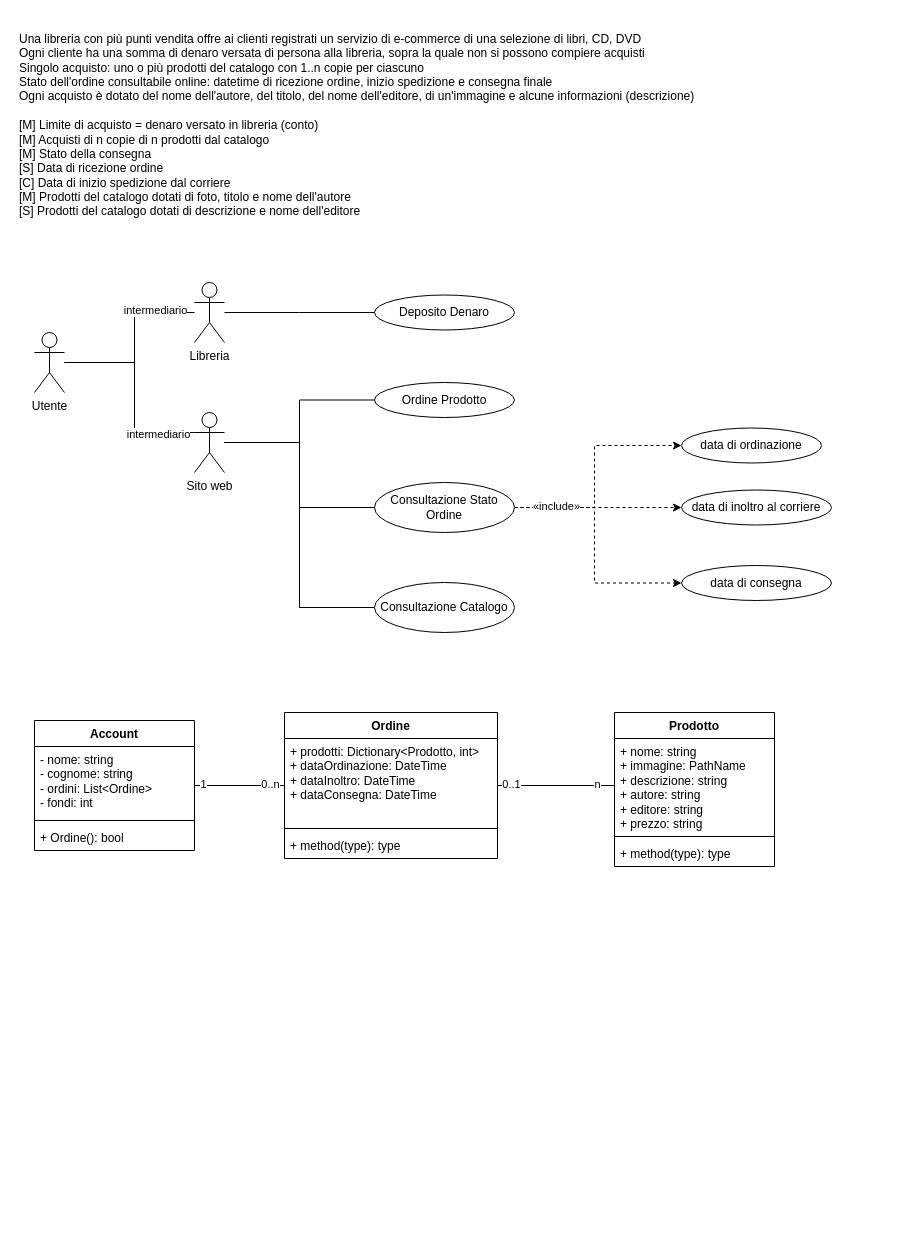
This is UML_ECommerce.drawio from gifede/UML_6_10_2026, a draw.io file, before an edit. Source tidied: cells renumbered, new cells numbered last; positions are measured from the earlier drawing's top-left corner, leaving out a move shared by most shapes. Both pictures are drawn from the tidied source at 100%, with x=0, y=0 at pixel (17, 92).
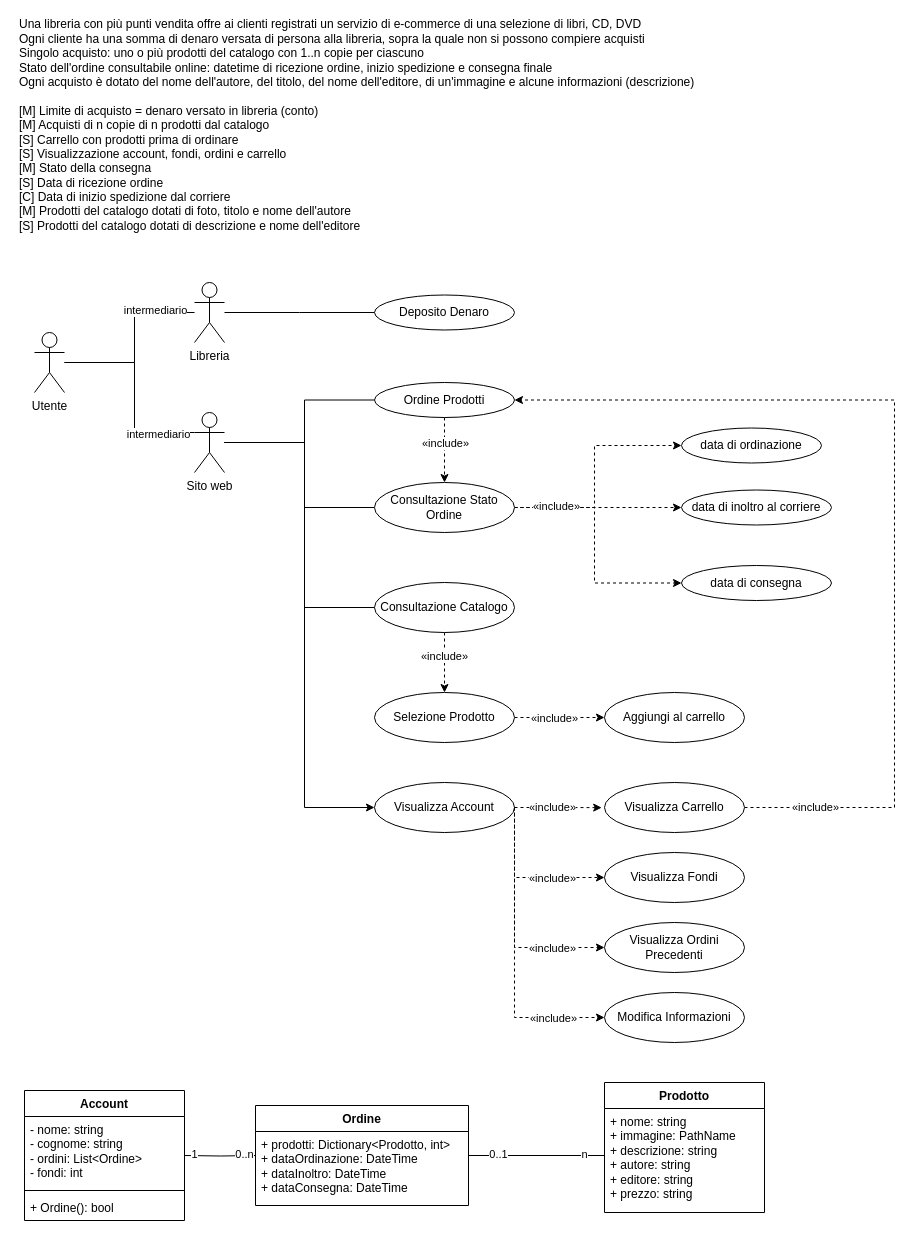
Above is the later version.

Unchanged cells that the change refers to:
```xml
<mxCell id="11" value="Sito web" style="shape=umlActor;verticalLabelPosition=bottom;verticalAlign=top;html=1;" parent="1" vertex="1">
  <mxGeometry x="177" y="320" width="30" height="60" as="geometry" />
</mxCell>
<mxCell id="20" value="Consultazione Stato Ordine" style="ellipse;whiteSpace=wrap;html=1;" parent="1" vertex="1">
  <mxGeometry x="357" y="390" width="140" height="50" as="geometry" />
</mxCell>
<mxCell id="21" value="Consultazione Catalogo" style="ellipse;whiteSpace=wrap;html=1;" parent="1" vertex="1">
  <mxGeometry x="357" y="490" width="140" height="50" as="geometry" />
</mxCell>
```

Change to the diagram source:
```diff
@@
-    <mxCell id="2" value="&lt;div align=&quot;left&quot;&gt;Una libreria con più punti vendita offre ai clienti registrati un servizio di e-commerce di una selezione di libri, CD, DVD&lt;/div&gt;&lt;div align=&quot;left&quot;&gt;Ogni cliente ha una somma di denaro versata di persona alla libreria, sopra la quale non si possono compiere acquisti&lt;/div&gt;&lt;div align=&quot;left&quot;&gt;Singolo acquisto: uno o più prodotti del catalogo con 1..n copie per ciascuno&lt;/div&gt;&lt;div align=&quot;left&quot;&gt;Stato dell'ordine consultabile online: datetime di ricezione ordine, inizio spedizione e consegna finale&lt;/div&gt;&lt;div align=&quot;left&quot;&gt;Ogni acquisto è dotato del nome dell'autore, del titolo, del nome dell'editore, di un'immagine e alcune informazioni (descrizione)&lt;/div&gt;&lt;div align=&quot;left&quot;&gt;&lt;br&gt;&lt;/div&gt;&lt;div align=&quot;left&quot;&gt;[M] Limite di acquisto = denaro versato in libreria (conto)&lt;/div&gt;&lt;div align=&quot;left&quot;&gt;[M] Acquisti di n copie di n prodotti dal catalogo&lt;/div&gt;&lt;div align=&quot;left&quot;&gt;[M] Stato della consegna&lt;/div&gt;&lt;div align=&quot;left&quot;&gt;[S] Data di ricezione ordine&lt;/div&gt;&lt;div align=&quot;left&quot;&gt;[C] Data di inizio spedizione dal corriere&lt;/div&gt;&lt;div align=&quot;left&quot;&gt;[M] Prodotti del catalogo dotati di foto, titolo e nome dell'autore&lt;/div&gt;&lt;div align=&quot;left&quot;&gt;[S]&amp;nbsp;Prodotti del catalogo dotati di descrizione e nome dell'editore&lt;/div&gt;&lt;div align=&quot;left&quot;&gt;&lt;br&gt;&lt;/div&gt;" style="text;html=1;whiteSpace=wrap;strokeColor=none;fillColor=none;align=left;verticalAlign=middle;rounded=0;" parent="1" vertex="1">
+    <mxCell id="2" value="&lt;div align=&quot;left&quot;&gt;Una libreria con più punti vendita offre ai clienti registrati un servizio di e-commerce di una selezione di libri, CD, DVD&lt;/div&gt;&lt;div align=&quot;left&quot;&gt;Ogni cliente ha una somma di denaro versata di persona alla libreria, sopra la quale non si possono compiere acquisti&lt;/div&gt;&lt;div align=&quot;left&quot;&gt;Singolo acquisto: uno o più prodotti del catalogo con 1..n copie per ciascuno&lt;/div&gt;&lt;div align=&quot;left&quot;&gt;Stato dell'ordine consultabile online: datetime di ricezione ordine, inizio spedizione e consegna finale&lt;/div&gt;&lt;div align=&quot;left&quot;&gt;Ogni acquisto è dotato del nome dell'autore, del titolo, del nome dell'editore, di un'immagine e alcune informazioni (descrizione)&lt;/div&gt;&lt;div align=&quot;left&quot;&gt;&lt;br&gt;&lt;/div&gt;&lt;div align=&quot;left&quot;&gt;[M] Limite di acquisto = denaro versato in libreria (conto)&lt;/div&gt;&lt;div align=&quot;left&quot;&gt;[M] Acquisti di n copie di n prodotti dal catalogo&lt;/div&gt;&lt;div align=&quot;left&quot;&gt;[S] Carrello con prodotti prima di ordinare&lt;/div&gt;&lt;div align=&quot;left&quot;&gt;[S] Visualizzazione account, fondi, ordini e carrello&lt;/div&gt;&lt;div align=&quot;left&quot;&gt;[M] Stato della consegna&lt;/div&gt;&lt;div align=&quot;left&quot;&gt;[S] Data di ricezione ordine&lt;/div&gt;&lt;div align=&quot;left&quot;&gt;[C] Data di inizio spedizione dal corriere&lt;/div&gt;&lt;div align=&quot;left&quot;&gt;[M] Prodotti del catalogo dotati di foto, titolo e nome dell'autore&lt;/div&gt;&lt;div align=&quot;left&quot;&gt;[S]&amp;nbsp;Prodotti del catalogo dotati di descrizione e nome dell'editore&lt;/div&gt;&lt;div align=&quot;left&quot;&gt;&lt;br&gt;&lt;/div&gt;" style="text;html=1;whiteSpace=wrap;strokeColor=none;fillColor=none;align=left;verticalAlign=middle;rounded=0;" parent="1" vertex="1">
       <mxGeometry width="710" height="80" as="geometry" />
     </mxCell>
@@
     <mxCell id="8" style="edgeStyle=orthogonalEdgeStyle;rounded=0;jettySize=auto;html=1;entryX=0;entryY=0.5;entryDx=0;entryDy=0;endArrow=none;endFill=0;" parent="1" edge="1" source="11" target="15">
-      <mxGeometry relative="1" as="geometry" />
+      <mxGeometry relative="1" as="geometry">
+        <Array as="points">
+          <mxPoint x="287" y="350" />
+          <mxPoint x="287" y="307.5" />
+        </Array>
+      </mxGeometry>
     </mxCell>
     <mxCell id="9" style="edgeStyle=orthogonalEdgeStyle;rounded=0;jettySize=auto;html=1;entryX=0;entryY=0.5;entryDx=0;entryDy=0;endArrow=none;endFill=0;" parent="1" edge="1" source="11" target="20">
-      <mxGeometry relative="1" as="geometry" />
+      <mxGeometry relative="1" as="geometry">
+        <Array as="points">
+          <mxPoint x="287" y="350" />
+          <mxPoint x="287" y="415" />
+        </Array>
+      </mxGeometry>
     </mxCell>
     <mxCell id="10" style="edgeStyle=orthogonalEdgeStyle;rounded=0;jettySize=auto;html=1;entryX=0;entryY=0.5;entryDx=0;entryDy=0;endArrow=none;endFill=0;" parent="1" edge="1" source="11" target="21">
-      <mxGeometry relative="1" as="geometry" />
+      <mxGeometry relative="1" as="geometry">
+        <Array as="points">
+          <mxPoint x="287" y="350" />
+          <mxPoint x="287" y="515" />
+        </Array>
+      </mxGeometry>
     </mxCell>
+    <mxCell id="43" style="edgeStyle=orthogonalEdgeStyle;rounded=0;jettySize=auto;html=1;entryX=0;entryY=0.5;entryDx=0;entryDy=0;" parent="1" edge="1" source="11" target="54">
+      <mxGeometry relative="1" as="geometry">
+        <Array as="points">
+          <mxPoint x="287" y="350" />
+          <mxPoint x="287" y="715" />
+        </Array>
+      </mxGeometry>
+    </mxCell>
@@
+    <mxCell id="44" style="edgeStyle=orthogonalEdgeStyle;rounded=0;jettySize=auto;html=1;exitX=0.5;exitY=1;exitDx=0;exitDy=0;entryX=0.5;entryY=0;entryDx=0;entryDy=0;dashed=1;" parent="1" edge="1" source="15" target="20">
+      <mxGeometry relative="1" as="geometry" />
+    </mxCell>
+    <mxCell id="45" value="«include»" style="edgeLabel;html=1;align=center;verticalAlign=middle;" parent="44" vertex="1">
+      <mxGeometry x="-0.63" y="-1" relative="1" as="geometry">
+        <mxPoint x="1" y="13" as="offset" />
+      </mxGeometry>
+    </mxCell>
-    <mxCell id="15" value="Ordine Prodotto" style="ellipse;whiteSpace=wrap;html=1;" parent="1" vertex="1">
+    <mxCell id="15" value="Ordine Prodotti" style="ellipse;whiteSpace=wrap;html=1;" parent="1" vertex="1">
       <mxGeometry x="357" y="290" width="140" height="35" as="geometry" />
     </mxCell>
@@
+    <mxCell id="46" style="edgeStyle=orthogonalEdgeStyle;rounded=0;jettySize=auto;html=1;exitX=0.5;exitY=1;exitDx=0;exitDy=0;entryX=0.5;entryY=0;entryDx=0;entryDy=0;dashed=1;" parent="1" edge="1" source="21" target="50">
+      <mxGeometry relative="1" as="geometry" />
+    </mxCell>
+    <mxCell id="47" value="«include»" style="edgeLabel;html=1;align=center;verticalAlign=middle;" parent="46" vertex="1">
+      <mxGeometry x="-0.24" y="-1" relative="1" as="geometry" />
+    </mxCell>
@@
     <mxCell id="22" value="Prodotto" style="swimlane;fontStyle=1;align=center;verticalAlign=top;horizontal=1;startSize=26;whiteSpace=wrap;html=1;" parent="1" vertex="1">
-      <mxGeometry x="597" y="620" width="160" height="154" as="geometry" />
+      <mxGeometry x="587" y="990" width="160" height="130" as="geometry" />
     </mxCell>
     <mxCell id="23" value="&lt;div&gt;+ nome: string&lt;/div&gt;&lt;div&gt;+ immagine: PathName&lt;/div&gt;&lt;div&gt;+ descrizione: string&lt;/div&gt;&lt;div&gt;+ autore: string&lt;/div&gt;&lt;div&gt;+ editore: string&lt;/div&gt;&lt;div&gt;+ prezzo: string&lt;/div&gt;" style="text;strokeColor=none;fillColor=none;align=left;verticalAlign=top;spacingLeft=4;spacingRight=4;overflow=hidden;points=[[0,0.5],[1,0.5]];portConstraint=eastwest;whiteSpace=wrap;html=1;" parent="22" vertex="1">
-      <mxGeometry y="26" width="160" height="94" as="geometry" />
+      <mxGeometry y="26" width="160" height="104" as="geometry" />
     </mxCell>
-    <mxCell id="24" style="line;strokeWidth=1;fillColor=none;align=left;verticalAlign=middle;spacingTop=-1;spacingLeft=3;spacingRight=3;labelPosition=right;strokeColor=inherit;" parent="22" vertex="1">
-      <mxGeometry y="120" width="160" height="8" as="geometry" />
-    </mxCell>
-    <mxCell id="25" value="+ method(type): type" style="text;strokeColor=none;fillColor=none;align=left;verticalAlign=top;spacingLeft=4;spacingRight=4;overflow=hidden;whiteSpace=wrap;html=1;" parent="22" vertex="1">
-      <mxGeometry y="128" width="160" height="26" as="geometry" />
-    </mxCell>
     <mxCell id="26" style="edgeStyle=orthogonalEdgeStyle;rounded=0;jettySize=auto;html=1;exitX=1;exitY=0.5;exitDx=0;exitDy=0;entryX=0;entryY=0.5;entryDx=0;entryDy=0;endArrow=none;endFill=0;" parent="1" edge="1" source="29" target="23">
-      <mxGeometry relative="1" as="geometry" />
+      <mxGeometry x="0.01" relative="1" as="geometry">
+        <Array as="points">
+          <mxPoint x="587" y="1063" />
+        </Array>
+      </mxGeometry>
     </mxCell>
     <mxCell id="27" value="n" style="edgeLabel;html=1;align=center;verticalAlign=middle;" parent="26" vertex="1">
-      <mxGeometry x="0.22" y="3" relative="1" as="geometry">
+      <mxGeometry x="0.24" y="3" relative="1" as="geometry">
         <mxPoint x="28" y="1" as="offset" />
       </mxGeometry>
     </mxCell>
     <mxCell id="28" value="0..1" style="edgeLabel;html=1;align=center;verticalAlign=middle;" parent="26" vertex="1">
-      <mxGeometry x="0.22" y="3" relative="1" as="geometry">
+      <mxGeometry x="0.24" y="3" relative="1" as="geometry">
         <mxPoint x="-58" y="1" as="offset" />
       </mxGeometry>
     </mxCell>
     <mxCell id="29" value="Ordine" style="swimlane;fontStyle=1;align=center;verticalAlign=top;horizontal=1;startSize=26;whiteSpace=wrap;html=1;" parent="1" vertex="1">
-      <mxGeometry x="267" y="620" width="213" height="146" as="geometry" />
+      <mxGeometry x="238" y="1013" width="213" height="100" as="geometry" />
     </mxCell>
     <mxCell id="30" value="&lt;div&gt;+ prodotti: Dictionary&amp;lt;Prodotto, int&amp;gt;&lt;/div&gt;&lt;div&gt;+ dataOrdinazione: DateTime&lt;/div&gt;&lt;div&gt;+ dataInoltro: DateTime&lt;/div&gt;&lt;div&gt;+ dataConsegna: DateTime&lt;/div&gt;" style="text;strokeColor=none;fillColor=none;align=left;verticalAlign=top;spacingLeft=4;spacingRight=4;overflow=hidden;whiteSpace=wrap;html=1;" parent="29" vertex="1">
-      <mxGeometry y="26" width="213" height="86" as="geometry" />
+      <mxGeometry y="26" width="213" height="74" as="geometry" />
     </mxCell>
-    <mxCell id="31" style="line;strokeWidth=1;fillColor=none;align=left;verticalAlign=middle;spacingTop=-1;spacingLeft=3;spacingRight=3;labelPosition=right;strokeColor=inherit;" parent="29" vertex="1">
-      <mxGeometry y="112" width="213" height="8" as="geometry" />
-    </mxCell>
-    <mxCell id="32" value="+ method(type): type" style="text;strokeColor=none;fillColor=none;align=left;verticalAlign=top;spacingLeft=4;spacingRight=4;overflow=hidden;whiteSpace=wrap;html=1;" parent="29" vertex="1">
-      <mxGeometry y="120" width="213" height="26" as="geometry" />
-    </mxCell>
-    <mxCell id="33" style="edgeStyle=orthogonalEdgeStyle;rounded=0;jettySize=auto;html=1;exitX=1;exitY=0.5;exitDx=0;exitDy=0;entryX=0;entryY=0.5;entryDx=0;entryDy=0;endArrow=none;endFill=0;" parent="1" edge="1" source="36" target="29">
-      <mxGeometry relative="1" as="geometry" />
+    <mxCell id="33" style="edgeStyle=orthogonalEdgeStyle;rounded=0;jettySize=auto;html=1;exitX=1;exitY=0.5;exitDx=0;exitDy=0;entryX=0;entryY=0.5;entryDx=0;entryDy=0;endArrow=none;endFill=0;" parent="1" edge="1" target="29">
+      <mxGeometry relative="1" as="geometry">
+        <mxPoint x="167" y="1063" as="sourcePoint" />
+      </mxGeometry>
     </mxCell>
@@
     <mxCell id="35" value="1" style="edgeLabel;html=1;align=center;verticalAlign=middle;" parent="33" vertex="1">
       <mxGeometry x="-0.83" y="-1" relative="1" as="geometry">
-        <mxPoint y="-3" as="offset" />
+        <mxPoint x="4" y="-3" as="offset" />
       </mxGeometry>
     </mxCell>
     <mxCell id="36" value="Account" style="swimlane;fontStyle=1;align=center;verticalAlign=top;horizontal=1;startSize=26;whiteSpace=wrap;html=1;" parent="1" vertex="1">
-      <mxGeometry x="17" y="628" width="160" height="130" as="geometry" />
+      <mxGeometry x="7" y="998" width="160" height="130" as="geometry" />
     </mxCell>
@@
+    <mxCell id="48" style="edgeStyle=orthogonalEdgeStyle;rounded=0;jettySize=auto;html=1;exitX=1;exitY=0.5;exitDx=0;exitDy=0;entryX=0;entryY=0.5;entryDx=0;entryDy=0;dashed=1;" parent="1" edge="1" source="50" target="53">
+      <mxGeometry relative="1" as="geometry" />
+    </mxCell>
+    <mxCell id="49" value="&lt;div&gt;«include»&lt;/div&gt;" style="edgeLabel;html=1;align=center;verticalAlign=middle;" parent="48" vertex="1">
+      <mxGeometry x="-0.19" y="-3" relative="1" as="geometry">
+        <mxPoint x="3" y="-3" as="offset" />
+      </mxGeometry>
+    </mxCell>
+    <mxCell id="50" value="Selezione Prodotto" style="ellipse;whiteSpace=wrap;html=1;" parent="1" vertex="1">
+      <mxGeometry x="357" y="600" width="140" height="50" as="geometry" />
+    </mxCell>
+    <mxCell id="51" style="edgeStyle=orthogonalEdgeStyle;rounded=0;jettySize=auto;html=1;entryX=1;entryY=0.5;entryDx=0;entryDy=0;dashed=1;exitX=1;exitY=0.5;exitDx=0;exitDy=0;" parent="1" edge="1" source="55" target="15">
+      <mxGeometry x="0.1" relative="1" as="geometry">
+        <Array as="points">
+          <mxPoint x="877" y="715" />
+          <mxPoint x="877" y="307.5" />
+        </Array>
+      </mxGeometry>
+    </mxCell>
+    <mxCell id="52" value="«include»" style="edgeLabel;html=1;align=center;verticalAlign=middle;" parent="51" vertex="1">
+      <mxGeometry x="-0.59" y="1" relative="1" as="geometry">
+        <mxPoint x="-79" y="41" as="offset" />
+      </mxGeometry>
+    </mxCell>
+    <mxCell id="53" value="Aggiungi al carrello" style="ellipse;whiteSpace=wrap;html=1;" parent="1" vertex="1">
+      <mxGeometry x="587" y="600" width="140" height="50" as="geometry" />
+    </mxCell>
+    <mxCell id="54" value="Visualizza Account" style="ellipse;whiteSpace=wrap;html=1;" parent="1" vertex="1">
+      <mxGeometry x="357" y="690" width="140" height="50" as="geometry" />
+    </mxCell>
+    <mxCell id="55" value="Visualizza Carrello" style="ellipse;whiteSpace=wrap;html=1;" parent="1" vertex="1">
+      <mxGeometry x="587" y="690" width="140" height="50" as="geometry" />
+    </mxCell>
+    <mxCell id="56" style="edgeStyle=orthogonalEdgeStyle;rounded=0;jettySize=auto;html=1;exitX=1;exitY=0.5;exitDx=0;exitDy=0;entryX=-0.02;entryY=0.503;entryDx=0;entryDy=0;entryPerimeter=0;dashed=1;" parent="1" edge="1" source="54" target="55">
+      <mxGeometry relative="1" as="geometry" />
+    </mxCell>
+    <mxCell id="57" value="«include»" style="edgeLabel;html=1;align=center;verticalAlign=middle;" parent="56" vertex="1">
+      <mxGeometry x="-0.18" y="1" relative="1" as="geometry">
+        <mxPoint x="1" as="offset" />
+      </mxGeometry>
+    </mxCell>
+    <mxCell id="58" value="Visualizza Fondi" style="ellipse;whiteSpace=wrap;html=1;" parent="1" vertex="1">
+      <mxGeometry x="587" y="760" width="140" height="50" as="geometry" />
+    </mxCell>
+    <mxCell id="59" value="Visualizza Ordini Precedenti" style="ellipse;whiteSpace=wrap;html=1;" parent="1" vertex="1">
+      <mxGeometry x="587" y="830" width="140" height="50" as="geometry" />
+    </mxCell>
+    <mxCell id="60" value="Modifica Informazioni" style="ellipse;whiteSpace=wrap;html=1;" parent="1" vertex="1">
+      <mxGeometry x="587" y="900" width="140" height="50" as="geometry" />
+    </mxCell>
+    <mxCell id="61" style="edgeStyle=orthogonalEdgeStyle;rounded=0;jettySize=auto;html=1;exitX=1;exitY=0.5;exitDx=0;exitDy=0;entryX=0;entryY=0.5;entryDx=0;entryDy=0;dashed=1;" parent="1" edge="1" source="54" target="58">
+      <mxGeometry x="0.42" relative="1" as="geometry">
+        <Array as="points">
+          <mxPoint x="497" y="785" />
+        </Array>
+      </mxGeometry>
+    </mxCell>
+    <mxCell id="62" value="«include»" style="edgeLabel;html=1;align=center;verticalAlign=middle;" parent="61" vertex="1">
+      <mxGeometry x="0.24" y="1" relative="1" as="geometry">
+        <mxPoint x="8" y="1" as="offset" />
+      </mxGeometry>
+    </mxCell>
+    <mxCell id="63" style="edgeStyle=orthogonalEdgeStyle;rounded=0;jettySize=auto;html=1;exitX=1;exitY=0.5;exitDx=0;exitDy=0;entryX=0;entryY=0.5;entryDx=0;entryDy=0;dashed=1;" parent="1" edge="1" source="54">
+      <mxGeometry x="0.6" relative="1" as="geometry">
+        <mxPoint x="587" y="855" as="targetPoint" />
+        <Array as="points">
+          <mxPoint x="497" y="855" />
+        </Array>
+      </mxGeometry>
+    </mxCell>
+    <mxCell id="64" value="«include»" style="edgeLabel;html=1;align=center;verticalAlign=middle;" parent="63" vertex="1">
+      <mxGeometry x="0.47" y="1" relative="1" as="geometry">
+        <mxPoint x="8" y="1" as="offset" />
+      </mxGeometry>
+    </mxCell>
+    <mxCell id="65" style="edgeStyle=orthogonalEdgeStyle;rounded=0;orthogonalLoop=1;jettySize=auto;html=1;entryX=0;entryY=0.5;entryDx=0;entryDy=0;dashed=1;" parent="1" edge="1">
+      <mxGeometry x="0.69" relative="1" as="geometry">
+        <mxPoint x="497" y="720" as="sourcePoint" />
+        <mxPoint x="587" y="925" as="targetPoint" />
+        <Array as="points">
+          <mxPoint x="497" y="925" />
+        </Array>
+      </mxGeometry>
+    </mxCell>
+    <mxCell id="66" value="«include»" style="edgeLabel;html=1;align=center;verticalAlign=middle;" parent="65" vertex="1">
+      <mxGeometry x="0.59" y="1" relative="1" as="geometry">
+        <mxPoint x="8" y="1" as="offset" />
+      </mxGeometry>
+    </mxCell>
```
